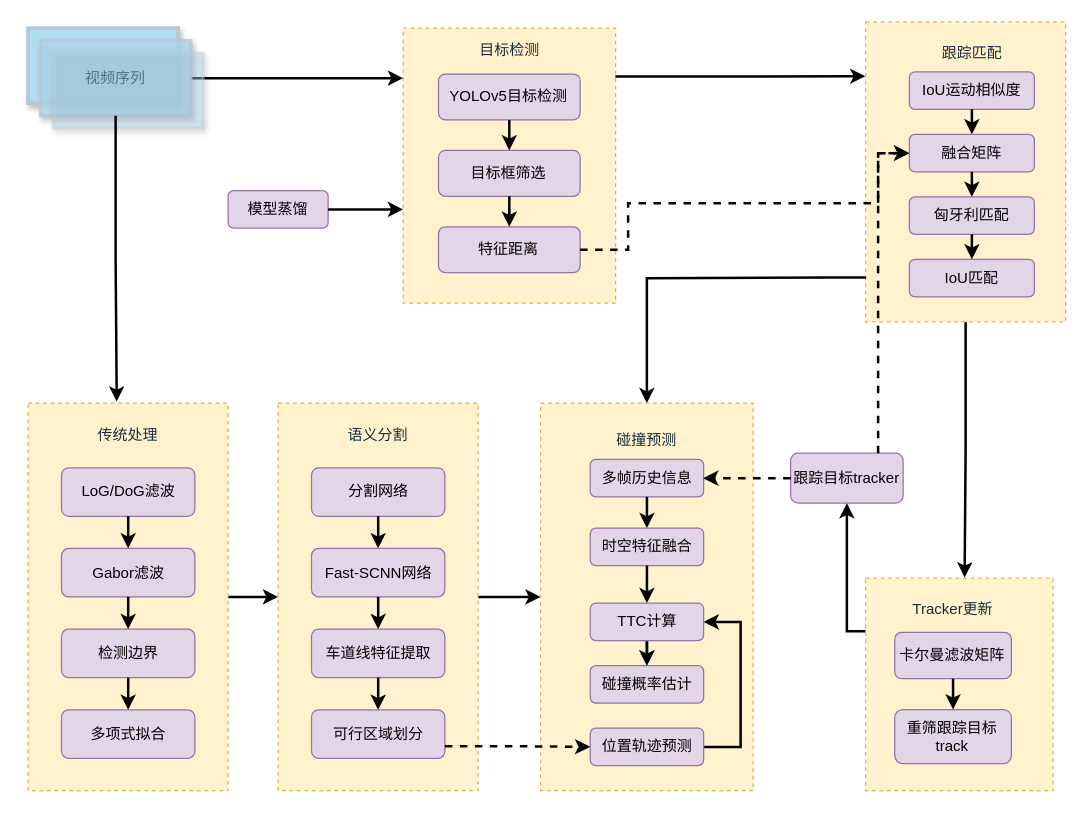
Earlier version of the draw.io diagram docs/others/structure.drawio (Chenpeel/LODCP). Source tidied: cells renumbered, new cells numbered last; positions are measured from the earlier drawing's top-left corner, leaving out a move shared by most shapes. Both pictures are drawn from the tidied source at 125%, with x=0, y=0 at pixel (28, 21).
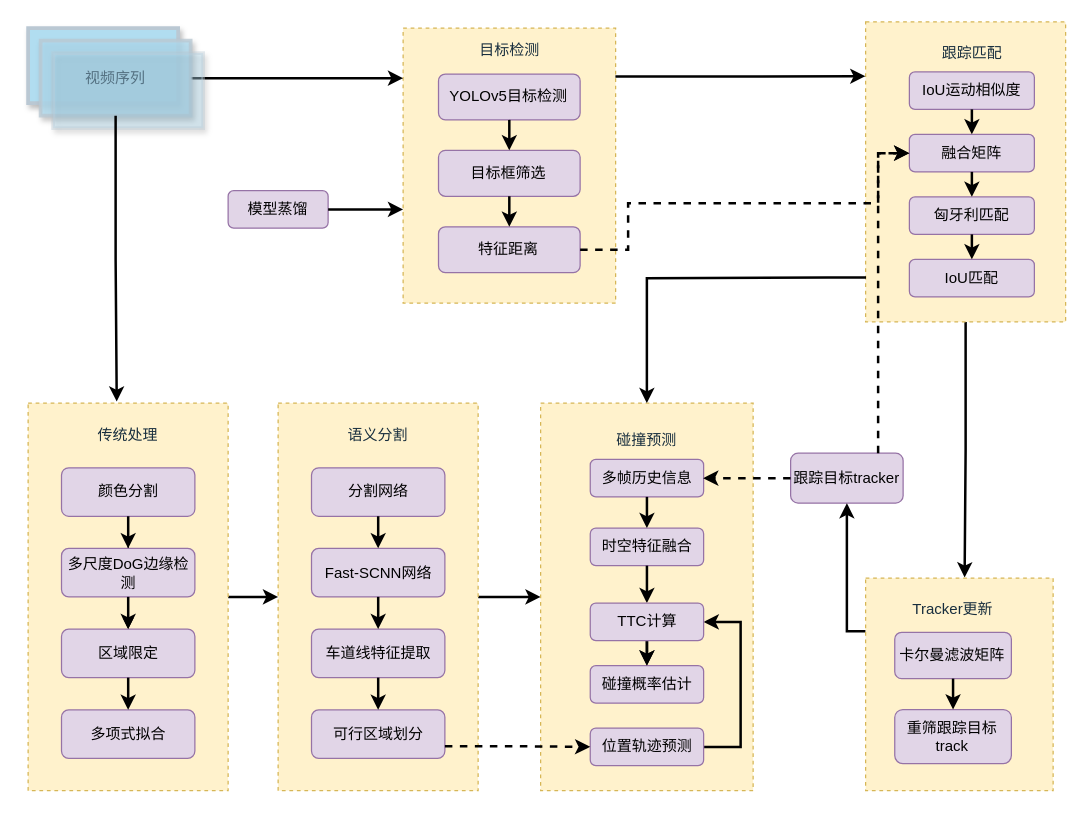
Above is the later version.

Unchanged cells that the change refers to:
```xml
<mxCell id="33" style="group;" parent="1" vertex="1">
  <mxGeometry y="305" width="160" height="310" as="geometry" />
</mxCell>
```

The edit, as a diff of the source:
```diff
@@
+    <mxCell id="77" style="edgeStyle=orthogonalEdgeStyle;rounded=0;jettySize=auto;html=1;" parent="33" edge="1" source="36" target="38">
+      <mxGeometry relative="1" as="geometry" />
+    </mxCell>
-    <mxCell id="36" value="LoG/DoG滤波" style="rounded=1;whiteSpace=wrap;html=1;strokeColor=#9673a6;fillColor=#e1d5e7;" parent="33" vertex="1">
+    <mxCell id="36" value="颜色分割" style="rounded=1;whiteSpace=wrap;html=1;strokeColor=#9673a6;fillColor=#e1d5e7;" parent="33" vertex="1">
       <mxGeometry x="26.7" y="51.7" width="106.7" height="38.8" as="geometry" />
     </mxCell>
-    <mxCell id="37" value="Gabor滤波" style="rounded=1;whiteSpace=wrap;html=1;strokeColor=#9673a6;fillColor=#e1d5e7;" parent="33" vertex="1">
+    <mxCell id="37" value="多尺度DoG边缘检测" style="rounded=1;whiteSpace=wrap;html=1;strokeColor=#9673a6;fillColor=#e1d5e7;" parent="33" vertex="1">
       <mxGeometry x="26.7" y="116.2" width="106.7" height="38.8" as="geometry" />
     </mxCell>
-    <mxCell id="38" value="检测边界" style="rounded=1;whiteSpace=wrap;html=1;strokeColor=#9673a6;fillColor=#e1d5e7;" parent="33" vertex="1">
+    <mxCell id="38" value="区域限定" style="rounded=1;whiteSpace=wrap;html=1;strokeColor=#9673a6;fillColor=#e1d5e7;" parent="33" vertex="1">
       <mxGeometry x="26.7" y="180.8" width="106.7" height="38.8" as="geometry" />
     </mxCell>
```
